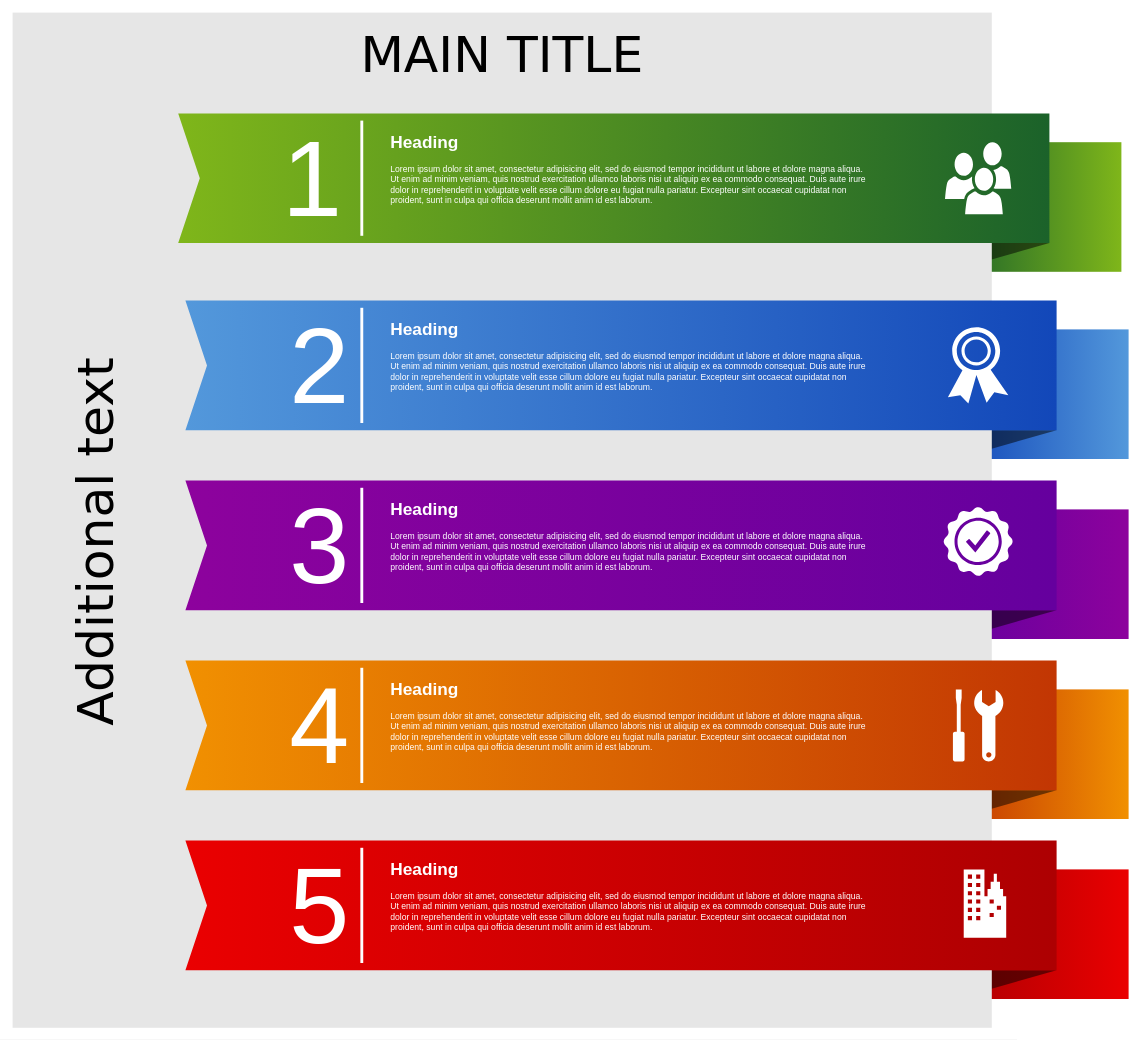
The draw.io diagram 名称未設定ファイル.drawio in motohalu/HelloGit, before the edit. Source tidied: cells renumbered, new cells numbered last; positions are measured from the earlier drawing's top-left corner, leaving out a move shared by most shapes. Both pictures are drawn from the tidied source at 72%, with x=0, y=0 at pixel (12, 12).
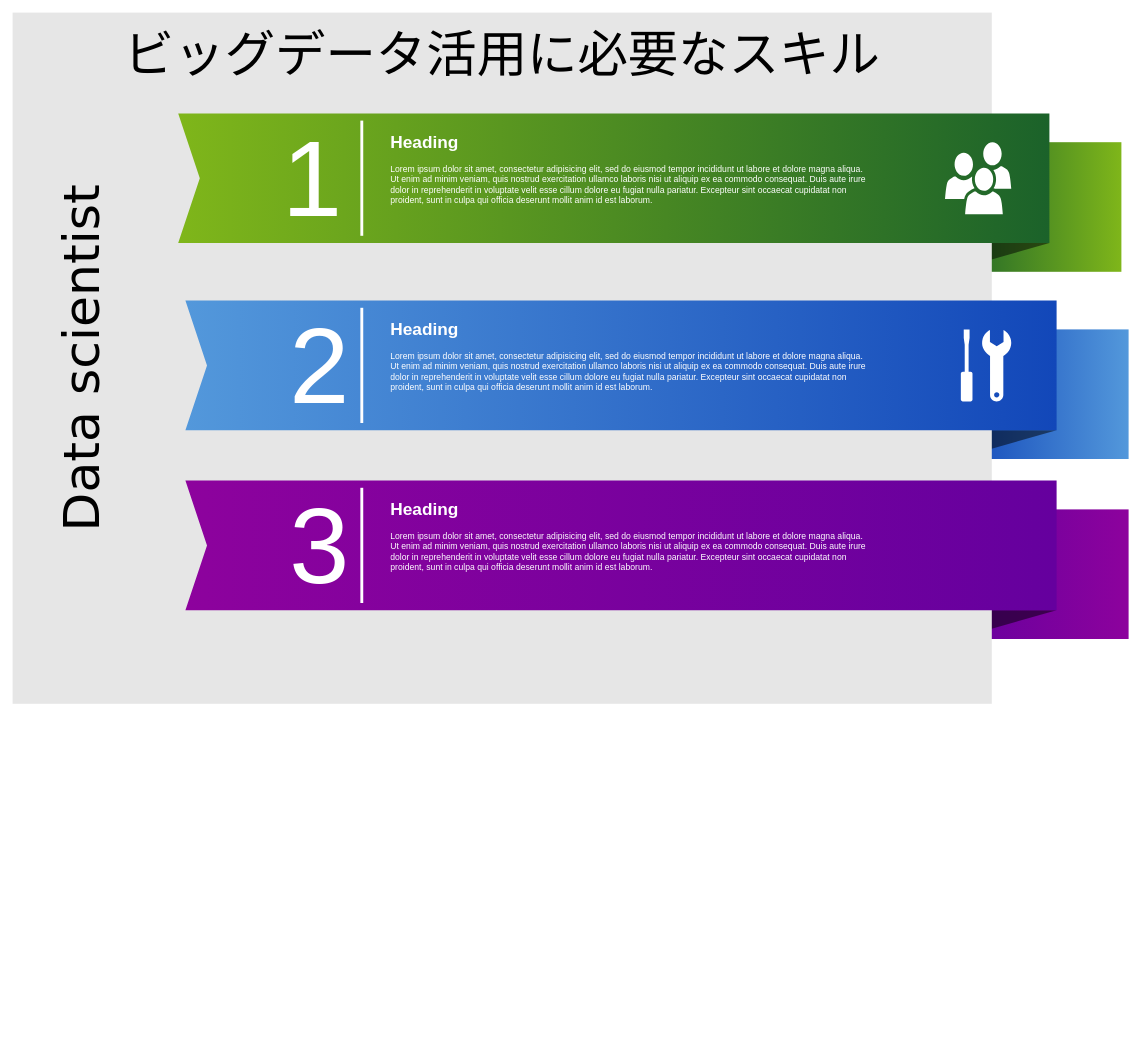
After the change.

Commit message (it also covers changes not shown here):
名称未設定ファイル.drawio を更新します

What changed in the source:
```diff
@@
-    <mxCell id="8" style="whiteSpace=wrap;html=1;rounded=0;shadow=0;dashed=0;strokeWidth=1;fontFamily=Tahoma;fontSize=10;fontColor=#FFFFFF;strokeColor=none;fillColor=#F19001;gradientColor=#C23603;gradientDirection=west;" parent="1" vertex="1">
-      <mxGeometry x="1310" y="940" width="240" height="180" as="geometry" />
-    </mxCell>
-    <mxCell id="9" style="verticalLabelPosition=bottom;verticalAlign=top;html=1;strokeWidth=1;shape=mxgraph.basic.orthogonal_triangle;rounded=0;shadow=0;dashed=0;fontFamily=Tahoma;fontSize=10;fontColor=#FFFFFF;flipV=1;fillColor=#000000;strokeColor=none;opacity=50;" parent="1" vertex="1">
-      <mxGeometry x="1310" y="1080" width="140" height="40" as="geometry" />
-    </mxCell>
-    <mxCell id="10" style="whiteSpace=wrap;html=1;rounded=0;shadow=0;dashed=0;strokeWidth=1;fontFamily=Tahoma;fontSize=10;fontColor=#FFFFFF;strokeColor=none;fillColor=#EA0001;gradientColor=#AD0002;gradientDirection=west;" parent="1" vertex="1">
-      <mxGeometry x="1310" y="1190" width="240" height="180" as="geometry" />
-    </mxCell>
-    <mxCell id="11" style="verticalLabelPosition=bottom;verticalAlign=top;html=1;strokeWidth=1;shape=mxgraph.basic.orthogonal_triangle;rounded=0;shadow=0;dashed=0;fontFamily=Tahoma;fontSize=10;fontColor=#FFFFFF;flipV=1;fillColor=#000000;strokeColor=none;opacity=50;" parent="1" vertex="1">
-      <mxGeometry x="1310" y="1330" width="140" height="40" as="geometry" />
-    </mxCell>
-    <mxCell id="12" value="MAIN TITLE" style="whiteSpace=wrap;html=1;rounded=0;shadow=0;dashed=0;strokeWidth=1;fillColor=#E6E6E6;fontFamily=Verdana;fontSize=70;strokeColor=none;verticalAlign=top;spacingTop=10;" parent="1" vertex="1">
-      <mxGeometry width="1360" height="1410" as="geometry" />
+    <mxCell id="12" value="ビッグデータ活用に必要なスキル" style="whiteSpace=wrap;html=1;rounded=0;shadow=0;dashed=0;strokeWidth=1;fillColor=#E6E6E6;fontFamily=Verdana;fontSize=70;strokeColor=none;verticalAlign=top;spacingTop=10;" parent="1" vertex="1">
+      <mxGeometry width="1360" height="960" as="geometry" />
     </mxCell>
@@
-    <mxCell id="16" style="html=1;shadow=0;dashed=0;align=center;verticalAlign=middle;shape=mxgraph.arrows2.arrow;dy=0;dx=0;notch=30;rounded=0;strokeColor=none;strokeWidth=1;fillColor=#F19001;fontFamily=Tahoma;fontSize=10;fontColor=#FFFFFF;gradientColor=#C23603;gradientDirection=east;" parent="1" vertex="1">
-      <mxGeometry x="240" y="900" width="1210" height="180" as="geometry" />
-    </mxCell>
-    <mxCell id="17" style="html=1;shadow=0;dashed=0;align=center;verticalAlign=middle;shape=mxgraph.arrows2.arrow;dy=0;dx=0;notch=30;rounded=0;strokeColor=none;strokeWidth=1;fillColor=#EA0001;fontFamily=Tahoma;fontSize=10;fontColor=#FFFFFF;gradientColor=#AD0002;gradientDirection=east;" parent="1" vertex="1">
-      <mxGeometry x="240" y="1150" width="1210" height="180" as="geometry" />
-    </mxCell>
-    <mxCell id="18" value="Additional text" style="text;html=1;strokeColor=none;fillColor=none;align=center;verticalAlign=middle;whiteSpace=wrap;rounded=0;shadow=0;dashed=0;fontFamily=Verdana;fontSize=70;horizontal=0;" parent="1" vertex="1">
-      <mxGeometry x="50" y="140" width="130" height="1190" as="geometry" />
+    <mxCell id="18" value="Data scientist" style="text;html=1;strokeColor=none;fillColor=none;align=center;verticalAlign=middle;whiteSpace=wrap;rounded=0;shadow=0;dashed=0;fontFamily=Verdana;fontSize=70;horizontal=0;" parent="1" vertex="1">
+      <mxGeometry x="30" y="150" width="130" height="660" as="geometry" />
     </mxCell>
@@
-    <mxCell id="22" value="4" style="text;html=1;strokeColor=none;fillColor=none;align=right;verticalAlign=middle;whiteSpace=wrap;rounded=0;shadow=0;dashed=0;fontFamily=Helvetica;fontSize=150;fontColor=#FFFFFF;" parent="1" vertex="1">
-      <mxGeometry x="270" y="900" width="200" height="180" as="geometry" />
-    </mxCell>
-    <mxCell id="23" value="5" style="text;html=1;strokeColor=none;fillColor=none;align=right;verticalAlign=middle;whiteSpace=wrap;rounded=0;shadow=0;dashed=0;fontFamily=Helvetica;fontSize=150;fontColor=#FFFFFF;" parent="1" vertex="1">
-      <mxGeometry x="270" y="1150" width="200" height="180" as="geometry" />
-    </mxCell>
@@
-    <mxCell id="27" style="line;strokeWidth=4;direction=south;html=1;rounded=0;shadow=0;dashed=0;fillColor=none;gradientColor=#AD0002;fontFamily=Helvetica;fontSize=150;fontColor=#FFFFFF;align=right;strokeColor=#FFFFFF;" parent="1" vertex="1">
-      <mxGeometry x="480" y="910" width="10" height="160" as="geometry" />
-    </mxCell>
-    <mxCell id="28" style="line;strokeWidth=4;direction=south;html=1;rounded=0;shadow=0;dashed=0;fillColor=none;gradientColor=#AD0002;fontFamily=Helvetica;fontSize=150;fontColor=#FFFFFF;align=right;strokeColor=#FFFFFF;" parent="1" vertex="1">
-      <mxGeometry x="480" y="1160" width="10" height="160" as="geometry" />
-    </mxCell>
@@
-    <mxCell id="32" value="&lt;h1&gt;Heading&lt;/h1&gt;&lt;p&gt;L&lt;span&gt;orem ipsum dolor sit amet, consectetur adipisicing elit, sed do eiusmod tempor incididunt ut labore et dolore magna aliqua. Ut enim ad minim veniam, quis nostrud exercitation ullamco laboris nisi ut aliquip ex ea commodo consequat. Duis aute irure dolor in reprehenderit in voluptate velit esse cillum dolore eu fugiat nulla pariatur. Excepteur sint occaecat cupidatat non proident, sunt in culpa qui officia deserunt mollit anim id est laborum.&lt;/span&gt;&lt;/p&gt;" style="text;html=1;strokeColor=none;fillColor=none;spacing=5;spacingTop=-20;whiteSpace=wrap;overflow=hidden;rounded=0;shadow=0;dashed=0;fontFamily=Helvetica;fontSize=12;fontColor=#FFFFFF;align=left;" parent="1" vertex="1">
-      <mxGeometry x="520" y="920" width="670" height="140" as="geometry" />
-    </mxCell>
-    <mxCell id="33" value="&lt;h1&gt;Heading&lt;/h1&gt;&lt;p&gt;L&lt;span&gt;orem ipsum dolor sit amet, consectetur adipisicing elit, sed do eiusmod tempor incididunt ut labore et dolore magna aliqua. Ut enim ad minim veniam, quis nostrud exercitation ullamco laboris nisi ut aliquip ex ea commodo consequat. Duis aute irure dolor in reprehenderit in voluptate velit esse cillum dolore eu fugiat nulla pariatur. Excepteur sint occaecat cupidatat non proident, sunt in culpa qui officia deserunt mollit anim id est laborum.&lt;/span&gt;&lt;/p&gt;" style="text;html=1;strokeColor=none;fillColor=none;spacing=5;spacingTop=-20;whiteSpace=wrap;overflow=hidden;rounded=0;shadow=0;dashed=0;fontFamily=Helvetica;fontSize=12;fontColor=#FFFFFF;align=left;" parent="1" vertex="1">
-      <mxGeometry x="520" y="1170" width="670" height="140" as="geometry" />
-    </mxCell>
@@
-    <mxCell id="35" style="shadow=0;dashed=0;html=1;strokeColor=none;fillColor=#FFFFFF;labelPosition=center;verticalLabelPosition=bottom;verticalAlign=top;shape=mxgraph.office.security.token;rounded=0;fontFamily=Helvetica;fontSize=12;fontColor=#FFFFFF;align=left;" parent="1" vertex="1">
-      <mxGeometry x="1299" y="437" width="84" height="106" as="geometry" />
-    </mxCell>
-    <mxCell id="36" style="shadow=0;dashed=0;html=1;strokeColor=none;fillColor=#FFFFFF;labelPosition=center;verticalLabelPosition=bottom;verticalAlign=top;shape=mxgraph.office.concepts.best_practices;rounded=0;fontFamily=Helvetica;fontSize=12;fontColor=#FFFFFF;align=left;" parent="1" vertex="1">
-      <mxGeometry x="1292.5" y="686" width="97" height="97" as="geometry" />
-    </mxCell>
     <mxCell id="37" style="shadow=0;dashed=0;html=1;strokeColor=none;fillColor=#FFFFFF;labelPosition=center;verticalLabelPosition=bottom;verticalAlign=top;shape=mxgraph.office.concepts.maintenance;rounded=0;fontFamily=Helvetica;fontSize=12;fontColor=#FFFFFF;align=left;" parent="1" vertex="1">
-      <mxGeometry x="1306" y="940" width="70" height="100" as="geometry" />
+      <mxGeometry x="1317" y="440" width="70" height="100" as="geometry" />
     </mxCell>
-    <mxCell id="38" style="shadow=0;dashed=0;html=1;strokeColor=none;fillColor=#FFFFFF;labelPosition=center;verticalLabelPosition=bottom;verticalAlign=top;shape=mxgraph.office.concepts.on_premises;rounded=0;fontFamily=Helvetica;fontSize=12;fontColor=#FFFFFF;align=left;" parent="1" vertex="1">
-      <mxGeometry x="1321" y="1190" width="59" height="95" as="geometry" />
-    </mxCell>
```
